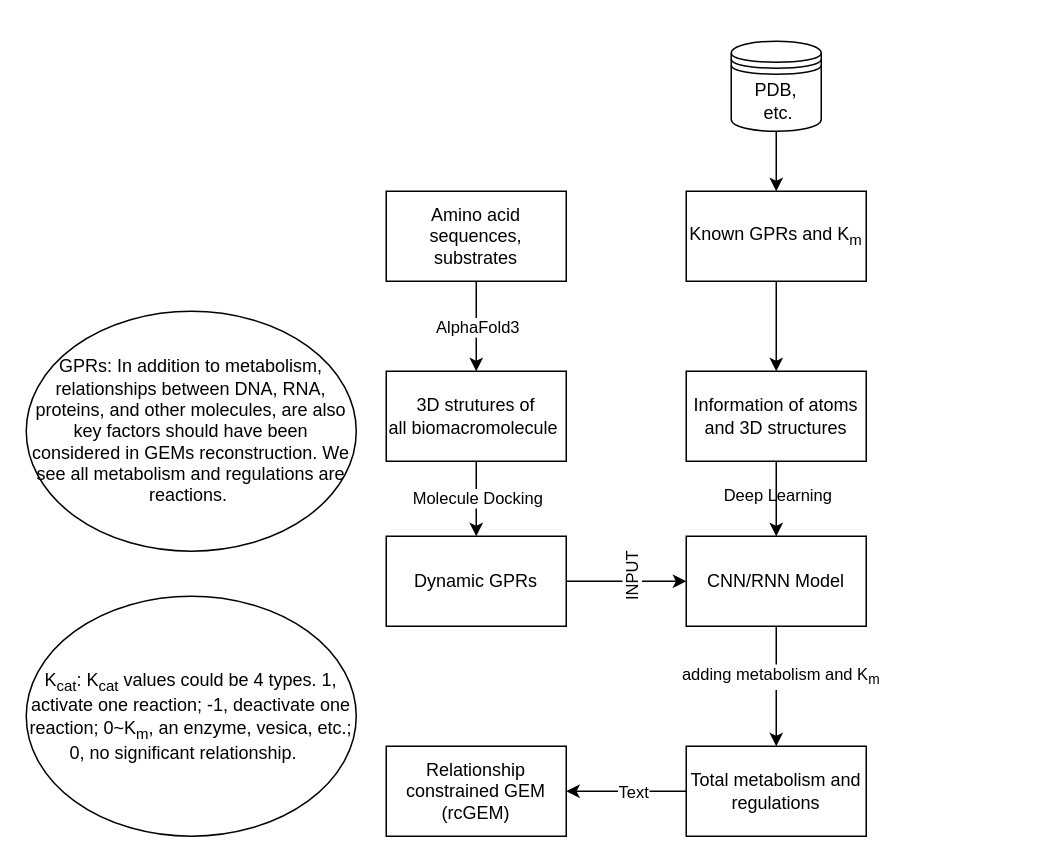
Before: rcGEM_TR.drawio in lyh-5676/flowchart, a draw.io diagram. Source tidied: cells renumbered, new cells numbered last; positions are measured from the earlier drawing's top-left corner, leaving out a move shared by most shapes. Both pictures are drawn from the tidied source at 150%, with x=0, y=0 at pixel (26, 40).
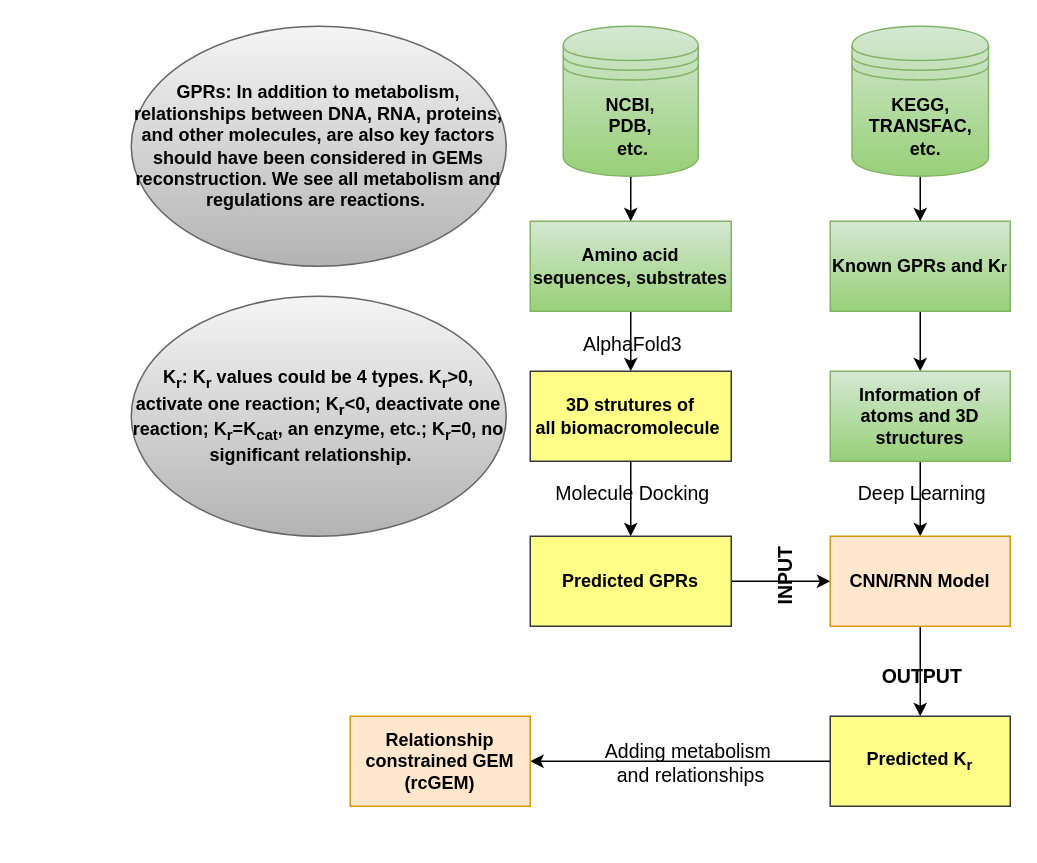
Above is the later version.

What changed in the source:
```diff
@@
-    <mxCell id="2" style="edgeStyle=orthogonalEdgeStyle;rounded=0;jettySize=auto;html=1;" parent="1" edge="1" source="4" target="7">
+    <mxCell id="2" style="edgeStyle=orthogonalEdgeStyle;rounded=0;jettySize=auto;html=1;fontStyle=1;" parent="1" edge="1" source="4" target="7">
       <mxGeometry relative="1" as="geometry" />
     </mxCell>
-    <mxCell id="3" value="AlphaFold3" style="edgeLabel;html=1;align=center;verticalAlign=middle;rounded=0;" parent="2" vertex="1">
+    <mxCell id="3" value="AlphaFold3" style="edgeLabel;html=1;align=center;verticalAlign=middle;rounded=0;labelBackgroundColor=none;fontSize=13;fontStyle=0;" parent="2" vertex="1">
       <mxGeometry x="-0.13" relative="1" as="geometry">
         <mxPoint y="4" as="offset" />
       </mxGeometry>
     </mxCell>
-    <mxCell id="4" value="Amino acid sequences, substrates" style="rounded=0;whiteSpace=wrap;html=1;" parent="1" vertex="1">
-      <mxGeometry x="240" y="100" width="120" height="60" as="geometry" />
+    <mxCell id="4" value="Amino acid sequences, substrates" style="rounded=0;whiteSpace=wrap;html=1;fontStyle=1;fillColor=#d5e8d4;gradientColor=#97d077;strokeColor=#82b366;" parent="1" vertex="1">
+      <mxGeometry x="336" y="120" width="134" height="60" as="geometry" />
     </mxCell>
-    <mxCell id="5" style="edgeStyle=orthogonalEdgeStyle;rounded=0;jettySize=auto;html=1;entryX=0.5;entryY=0;entryDx=0;entryDy=0;" parent="1" edge="1" source="7" target="10">
+    <mxCell id="5" style="edgeStyle=orthogonalEdgeStyle;rounded=0;jettySize=auto;html=1;entryX=0.5;entryY=0;entryDx=0;entryDy=0;fontStyle=1;" parent="1" edge="1" source="7" target="10">
       <mxGeometry relative="1" as="geometry" />
     </mxCell>
-    <mxCell id="6" value="Molecule Docking" style="edgeLabel;html=1;align=center;verticalAlign=middle;rounded=0;" parent="5" vertex="1">
+    <mxCell id="6" value="Molecule Docking" style="edgeLabel;html=1;align=center;verticalAlign=middle;rounded=0;labelBackgroundColor=none;fontSize=13;fontStyle=0;" parent="5" vertex="1">
       <mxGeometry x="-0.11" y="-2" relative="1" as="geometry">
-        <mxPoint x="2" y="2" as="offset" />
+        <mxPoint x="2" y="-2" as="offset" />
       </mxGeometry>
     </mxCell>
-    <mxCell id="7" value="3D strutures of all&amp;nbsp;biomacromolecule&amp;nbsp;" style="rounded=0;whiteSpace=wrap;html=1;" parent="1" vertex="1">
-      <mxGeometry x="240" y="220" width="120" height="60" as="geometry" />
+    <mxCell id="7" value="3D strutures of all&amp;nbsp;biomacromolecule&amp;nbsp;" style="rounded=0;whiteSpace=wrap;html=1;fontStyle=1;fillColor=#ffff88;strokeColor=#36393d;" parent="1" vertex="1">
+      <mxGeometry x="336" y="220" width="134" height="60" as="geometry" />
     </mxCell>
-    <mxCell id="8" style="edgeStyle=orthogonalEdgeStyle;jettySize=auto;html=1;entryX=0;entryY=0.5;entryDx=0;entryDy=0;" parent="1" edge="1" source="10" target="18">
+    <mxCell id="8" style="edgeStyle=orthogonalEdgeStyle;jettySize=auto;html=1;entryX=0;entryY=0.5;entryDx=0;entryDy=0;fontStyle=1;" parent="1" edge="1" source="10" target="18">
       <mxGeometry relative="1" as="geometry">
         <Array as="points">
-          <mxPoint x="400" y="360" />
-          <mxPoint x="400" y="360" />
+          <mxPoint x="496" y="360" />
+          <mxPoint x="496" y="360" />
         </Array>
       </mxGeometry>
     </mxCell>
-    <mxCell id="9" value="INPUT" style="edgeLabel;html=1;align=center;verticalAlign=middle;rotation=-90;" parent="8" vertex="1">
+    <mxCell id="9" value="INPUT" style="edgeLabel;html=1;align=center;verticalAlign=middle;rotation=-90;labelBackgroundColor=none;fontSize=13;fontStyle=1;" parent="8" vertex="1">
       <mxGeometry x="0.07" y="2" relative="1" as="geometry" />
     </mxCell>
-    <mxCell id="10" value="Dynamic GPRs" style="rounded=0;whiteSpace=wrap;html=1;" parent="1" vertex="1">
-      <mxGeometry x="240" y="330" width="120" height="60" as="geometry" />
+    <mxCell id="10" value="Predicted GPRs" style="rounded=0;whiteSpace=wrap;html=1;fillColor=#ffff88;strokeColor=#36393d;fontStyle=1;" parent="1" vertex="1">
+      <mxGeometry x="336" y="330" width="134" height="60" as="geometry" />
     </mxCell>
-    <mxCell id="11" style="edgeStyle=orthogonalEdgeStyle;jettySize=auto;html=1;" parent="1" edge="1" source="13" target="15">
+    <mxCell id="11" style="edgeStyle=orthogonalEdgeStyle;jettySize=auto;html=1;fontStyle=1;" parent="1" edge="1" source="13" target="15">
       <mxGeometry relative="1" as="geometry" />
     </mxCell>
-    <mxCell id="12" value="Deep Learning" style="edgeLabel;html=1;align=center;verticalAlign=middle;" parent="11" vertex="1">
+    <mxCell id="12" value="Deep Learning" style="edgeLabel;html=1;align=center;verticalAlign=middle;labelBackgroundColor=none;fontSize=13;fontStyle=0;" parent="11" vertex="1">
       <mxGeometry x="-0.54" y="-1" relative="1" as="geometry">
-        <mxPoint x="1" y="128" as="offset" />
+        <mxPoint x="1" y="111" as="offset" />
       </mxGeometry>
     </mxCell>
-    <mxCell id="13" value="Known GPRs and K&lt;sub&gt;m&lt;/sub&gt;" style="rounded=0;whiteSpace=wrap;html=1;" parent="1" vertex="1">
-      <mxGeometry x="440" y="100" width="120" height="60" as="geometry" />
+    <mxCell id="13" value="Known GPRs and K&lt;span style=&quot;font-size: 10px;&quot;&gt;r&lt;/span&gt;" style="rounded=0;whiteSpace=wrap;html=1;fillColor=#d5e8d4;strokeColor=#82b366;fontStyle=1;gradientColor=#97d077;" parent="1" vertex="1">
+      <mxGeometry x="536" y="120" width="120" height="60" as="geometry" />
     </mxCell>
-    <mxCell id="14" style="edgeStyle=orthogonalEdgeStyle;jettySize=auto;html=1;entryX=0.5;entryY=0;entryDx=0;entryDy=0;" parent="1" edge="1" source="15" target="18">
+    <mxCell id="14" style="edgeStyle=orthogonalEdgeStyle;jettySize=auto;html=1;entryX=0.5;entryY=0;entryDx=0;entryDy=0;fontStyle=1;" parent="1" edge="1" source="15" target="18">
       <mxGeometry relative="1" as="geometry" />
     </mxCell>
-    <mxCell id="15" value="Information of atoms and 3D structures" style="rounded=0;whiteSpace=wrap;html=1;" parent="1" vertex="1">
-      <mxGeometry x="440" y="220" width="120" height="60" as="geometry" />
+    <mxCell id="15" value="Information of atoms and 3D structures" style="rounded=0;whiteSpace=wrap;html=1;fontStyle=1;fillColor=#d5e8d4;gradientColor=#97d077;strokeColor=#82b366;" parent="1" vertex="1">
+      <mxGeometry x="536" y="220" width="120" height="60" as="geometry" />
     </mxCell>
-    <mxCell id="16" style="edgeStyle=orthogonalEdgeStyle;jettySize=auto;html=1;" parent="1" edge="1" source="18" target="22">
+    <mxCell id="16" style="edgeStyle=orthogonalEdgeStyle;jettySize=auto;html=1;fontStyle=1;" parent="1" edge="1" source="18" target="22">
       <mxGeometry relative="1" as="geometry" />
     </mxCell>
-    <mxCell id="17" value="adding metabolism and K&lt;sub&gt;m&lt;/sub&gt;" style="edgeLabel;html=1;align=center;verticalAlign=middle;" parent="16" vertex="1">
-      <mxGeometry x="-0.17" y="2" relative="1" as="geometry" />
+    <mxCell id="17" value="OUTPUT" style="edgeLabel;html=1;align=center;verticalAlign=middle;labelBackgroundColor=none;fontSize=13;fontStyle=1;" parent="16" vertex="1">
+      <mxGeometry x="-0.17" y="2" relative="1" as="geometry">
+        <mxPoint x="-2" y="7" as="offset" />
+      </mxGeometry>
     </mxCell>
-    <mxCell id="18" value="CNN/RNN Model" style="rounded=0;whiteSpace=wrap;html=1;" parent="1" vertex="1">
-      <mxGeometry x="440" y="330" width="120" height="60" as="geometry" />
+    <mxCell id="18" value="CNN/RNN Model" style="rounded=0;whiteSpace=wrap;html=1;fillColor=#ffe6cc;strokeColor=#d79b00;fontStyle=1;" parent="1" vertex="1">
+      <mxGeometry x="536" y="330" width="120" height="60" as="geometry" />
     </mxCell>
-    <mxCell id="19" value="GPRs: In addition to metabolism, relationships between DNA, RNA, proteins, and other molecules, are also key factors should have been considered in GEMs reconstruction. We see all metabolism and regulations are reactions.&amp;nbsp;" style="ellipse;whiteSpace=wrap;html=1;" parent="1" vertex="1">
-      <mxGeometry y="180" width="220" height="160" as="geometry" />
+    <mxCell id="19" value="GPRs: In addition to metabolism, relationships between DNA, RNA, proteins, and other molecules, are also key factors should have been considered in GEMs reconstruction. We see all metabolism and regulations are reactions.&amp;nbsp;" style="ellipse;whiteSpace=wrap;html=1;fillColor=#f5f5f5;gradientColor=#b3b3b3;strokeColor=#666666;fontStyle=1;" parent="1" vertex="1">
+      <mxGeometry x="70" y="-10" width="250" height="160" as="geometry" />
     </mxCell>
-    <mxCell id="20" style="edgeStyle=orthogonalEdgeStyle;jettySize=auto;html=1;" parent="1" edge="1" source="22" target="23">
+    <mxCell id="20" style="edgeStyle=orthogonalEdgeStyle;jettySize=auto;html=1;fontStyle=1;" parent="1" edge="1" source="22" target="23">
       <mxGeometry relative="1" as="geometry" />
     </mxCell>
-    <mxCell id="21" value="Text" style="edgeLabel;html=1;align=center;verticalAlign=middle;" parent="20" vertex="1">
-      <mxGeometry x="-0.1" relative="1" as="geometry" />
+    <mxCell id="21" value="Adding metabolism&lt;div style=&quot;font-size: 13px;&quot;&gt;&amp;nbsp;and relationships&lt;/div&gt;" style="edgeLabel;html=1;align=center;verticalAlign=middle;labelBackgroundColor=none;fontSize=13;fontStyle=0;" parent="20" vertex="1">
+      <mxGeometry x="-0.1" relative="1" as="geometry">
+        <mxPoint x="-6" as="offset" />
+      </mxGeometry>
     </mxCell>
-    <mxCell id="22" value="Total metabolism and regulations" style="whiteSpace=wrap;html=1;rounded=0;" parent="1" vertex="1">
-      <mxGeometry x="440" y="470" width="120" height="60" as="geometry" />
+    <mxCell id="22" value="Predicted K&lt;sub&gt;r&lt;/sub&gt;" style="whiteSpace=wrap;html=1;rounded=0;fillColor=#ffff88;strokeColor=#36393d;fontStyle=1;" parent="1" vertex="1">
+      <mxGeometry x="536" y="450" width="120" height="60" as="geometry" />
     </mxCell>
-    <mxCell id="23" value="Relationship constrained GEM (rcGEM)" style="whiteSpace=wrap;html=1;rounded=0;" parent="1" vertex="1">
-      <mxGeometry x="240" y="470" width="120" height="60" as="geometry" />
+    <mxCell id="23" value="Relationship constrained GEM (rcGEM)" style="whiteSpace=wrap;html=1;rounded=0;fillColor=#ffe6cc;strokeColor=#d79b00;fontStyle=1;" parent="1" vertex="1">
+      <mxGeometry x="216" y="450" width="120" height="60" as="geometry" />
     </mxCell>
-    <mxCell id="24" value="K&lt;sub&gt;cat&lt;/sub&gt;: K&lt;sub&gt;cat&lt;/sub&gt; values could be 4 types. 1, activate one reaction; -1, deactivate one reaction; 0~K&lt;sub&gt;m&lt;/sub&gt;, an enzyme,&amp;nbsp;vesica, etc.; 0, no significant relationship.&amp;nbsp; &amp;nbsp;" style="ellipse;whiteSpace=wrap;html=1;" parent="1" vertex="1">
-      <mxGeometry y="370" width="220" height="160" as="geometry" />
+    <mxCell id="24" value="K&lt;sub&gt;r&lt;/sub&gt;: K&lt;sub&gt;r&lt;/sub&gt;&amp;nbsp;values could be 4 types. K&lt;sub&gt;r&lt;/sub&gt;&amp;gt;0, activate one reaction; K&lt;sub&gt;r&lt;/sub&gt;&amp;lt;0, deactivate one reaction; K&lt;sub&gt;r&lt;/sub&gt;=K&lt;sub&gt;cat&lt;/sub&gt;, an enzyme, etc.; K&lt;sub&gt;r&lt;/sub&gt;=0, no significant relationship.&amp;nbsp; &amp;nbsp;" style="ellipse;whiteSpace=wrap;html=1;fillColor=#f5f5f5;gradientColor=#b3b3b3;strokeColor=#666666;fontStyle=1;" parent="1" vertex="1">
+      <mxGeometry x="70" y="170" width="250" height="160" as="geometry" />
     </mxCell>
-    <mxCell id="25" style="edgeStyle=orthogonalEdgeStyle;rounded=0;jettySize=auto;html=1;" parent="1" edge="1" source="26" target="13">
-      <mxGeometry relative="1" as="geometry" />
-    </mxCell>
+    <mxCell id="27" style="edgeStyle=orthogonalEdgeStyle;rounded=0;jettySize=auto;html=1;" parent="1" edge="1" source="26" target="4">
+      <mxGeometry relative="1" as="geometry" />
+    </mxCell>
-    <mxCell id="26" value="PDB,&lt;div&gt;&amp;nbsp;etc.&lt;/div&gt;" style="shape=datastore;whiteSpace=wrap;html=1;" parent="1" vertex="1">
-      <mxGeometry x="470" width="60" height="60" as="geometry" />
+    <mxCell id="26" value="NCBI,&lt;div&gt;PDB,&lt;br&gt;&lt;div&gt;&amp;nbsp;etc.&lt;/div&gt;&lt;/div&gt;" style="shape=datastore;whiteSpace=wrap;html=1;fillColor=#d5e8d4;gradientColor=#97d077;strokeColor=#82b366;fontStyle=1;" parent="1" vertex="1">
+      <mxGeometry x="358" y="-10" width="90" height="100" as="geometry" />
     </mxCell>
+    <mxCell id="28" style="edgeStyle=orthogonalEdgeStyle;rounded=0;jettySize=auto;html=1;fontStyle=1;entryX=0.5;entryY=0;entryDx=0;entryDy=0;" parent="1" edge="1" source="29" target="13">
+      <mxGeometry relative="1" as="geometry" />
+    </mxCell>
+    <mxCell id="29" value="KEGG,&lt;div&gt;TRANSFAC,&lt;br&gt;&lt;div&gt;&amp;nbsp; etc.&lt;/div&gt;&lt;/div&gt;" style="shape=datastore;whiteSpace=wrap;html=1;fillColor=#d5e8d4;gradientColor=#97d077;strokeColor=#82b366;fontStyle=1;" parent="1" vertex="1">
+      <mxGeometry x="550.5" y="-10" width="91" height="100" as="geometry" />
+    </mxCell>
```
